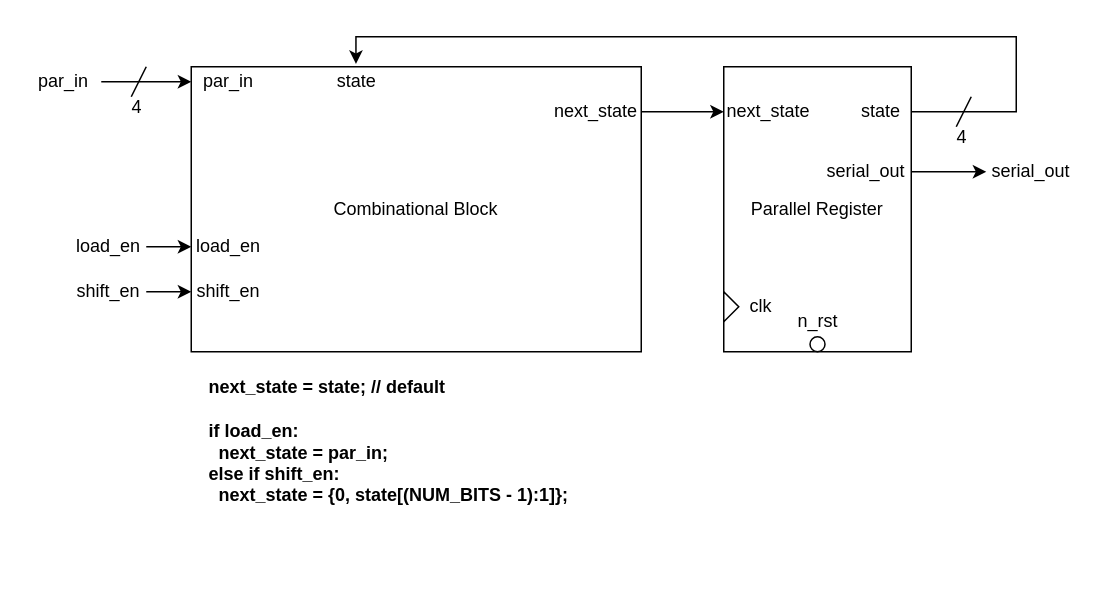
Before: Lab5/docs/2.2_RTL.drawio in awesomeaiden/337labs, a draw.io diagram. Source tidied: cells renumbered, new cells numbered last; positions are measured from the earlier drawing's top-left corner, leaving out a move shared by most shapes. Both pictures are drawn from the tidied source at 150%, with x=0, y=0 at pixel (26, 36).
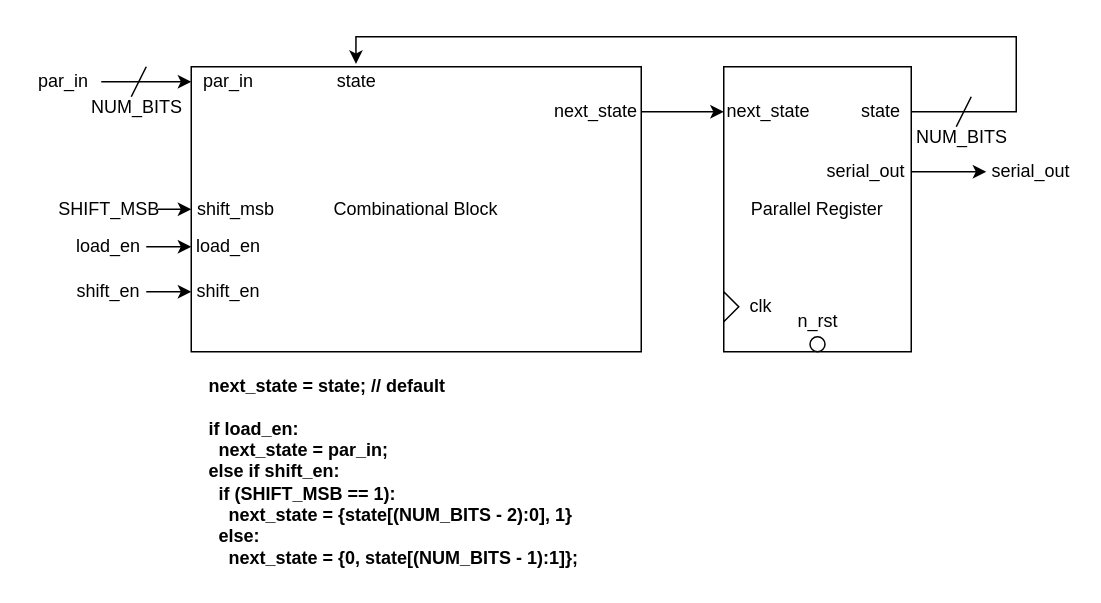
The same diagram, later.

The edit, as a diff of the source:
```diff
@@
-    <mxCell id="21" value="&lt;div align=&quot;left&quot;&gt;next_state = state; // default&lt;/div&gt;&lt;div align=&quot;left&quot;&gt;&lt;br&gt;&lt;/div&gt;&lt;div align=&quot;left&quot;&gt;if load_en:&lt;/div&gt;&lt;div align=&quot;left&quot;&gt;&amp;nbsp; next_state = par_in;&lt;/div&gt;&lt;div align=&quot;left&quot;&gt;else if shift_en:&lt;/div&gt;&lt;div align=&quot;left&quot;&gt;&amp;nbsp; next_state = {0, state[(NUM_BITS - 1):1]};&lt;/div&gt;" style="text;html=1;strokeColor=none;fillColor=none;align=left;verticalAlign=middle;whiteSpace=wrap;rounded=0;fontStyle=1;" parent="1" vertex="1">
-      <mxGeometry x="120" y="220" width="280" height="100" as="geometry" />
+    <mxCell id="21" value="&lt;div align=&quot;left&quot;&gt;next_state = state; // default&lt;/div&gt;&lt;div align=&quot;left&quot;&gt;&lt;br&gt;&lt;/div&gt;&lt;div align=&quot;left&quot;&gt;if load_en:&lt;/div&gt;&lt;div align=&quot;left&quot;&gt;&amp;nbsp; next_state = par_in;&lt;/div&gt;&lt;div align=&quot;left&quot;&gt;else if shift_en:&lt;/div&gt;&lt;div align=&quot;left&quot;&gt;&amp;nbsp; if (SHIFT_MSB == 1):&lt;/div&gt;&lt;div align=&quot;left&quot;&gt;&amp;nbsp;&amp;nbsp;&amp;nbsp; next_state = {state[(NUM_BITS - 2):0], 1}&lt;br&gt;&lt;/div&gt;&lt;div align=&quot;left&quot;&gt;&amp;nbsp; else:&lt;/div&gt;&lt;div align=&quot;left&quot;&gt;&amp;nbsp;&amp;nbsp;&amp;nbsp; next_state = {0, state[(NUM_BITS - 1):1]};&lt;/div&gt;" style="text;html=1;strokeColor=none;fillColor=none;align=left;verticalAlign=middle;whiteSpace=wrap;rounded=0;fontStyle=1;" parent="1" vertex="1">
+      <mxGeometry x="120" y="220" width="280" height="140" as="geometry" />
     </mxCell>
-    <mxCell id="22" value="4" style="text;html=1;strokeColor=none;fillColor=none;align=center;verticalAlign=middle;whiteSpace=wrap;rounded=0;" parent="1" vertex="1">
+    <mxCell id="22" value="NUM_BITS" style="text;html=1;strokeColor=none;fillColor=none;align=center;verticalAlign=middle;whiteSpace=wrap;rounded=0;" parent="1" vertex="1">
       <mxGeometry x="619" y="62" width="10" height="10" as="geometry" />
     </mxCell>
@@
-    <mxCell id="27" value="4" style="text;html=1;strokeColor=none;fillColor=none;align=center;verticalAlign=middle;whiteSpace=wrap;rounded=0;" parent="1" vertex="1">
+    <mxCell id="27" value="NUM_BITS" style="text;html=1;strokeColor=none;fillColor=none;align=center;verticalAlign=middle;whiteSpace=wrap;rounded=0;" parent="1" vertex="1">
       <mxGeometry x="69" y="42" width="10" height="10" as="geometry" />
     </mxCell>
@@
+    <mxCell id="31" style="edgeStyle=orthogonalEdgeStyle;rounded=0;jettySize=auto;html=1;entryX=0;entryY=0.5;entryDx=0;entryDy=0;" parent="1" edge="1" source="32" target="33">
+      <mxGeometry relative="1" as="geometry" />
+    </mxCell>
+    <mxCell id="32" value="SHIFT_MSB" style="text;html=1;strokeColor=none;fillColor=none;align=center;verticalAlign=middle;whiteSpace=wrap;rounded=0;" parent="1" vertex="1">
+      <mxGeometry x="22.5" y="105" width="65" height="20" as="geometry" />
+    </mxCell>
+    <mxCell id="33" value="shift_msb" style="text;html=1;strokeColor=none;fillColor=none;align=center;verticalAlign=middle;whiteSpace=wrap;rounded=0;" parent="1" vertex="1">
+      <mxGeometry x="110" y="105" width="60" height="20" as="geometry" />
+    </mxCell>
```
